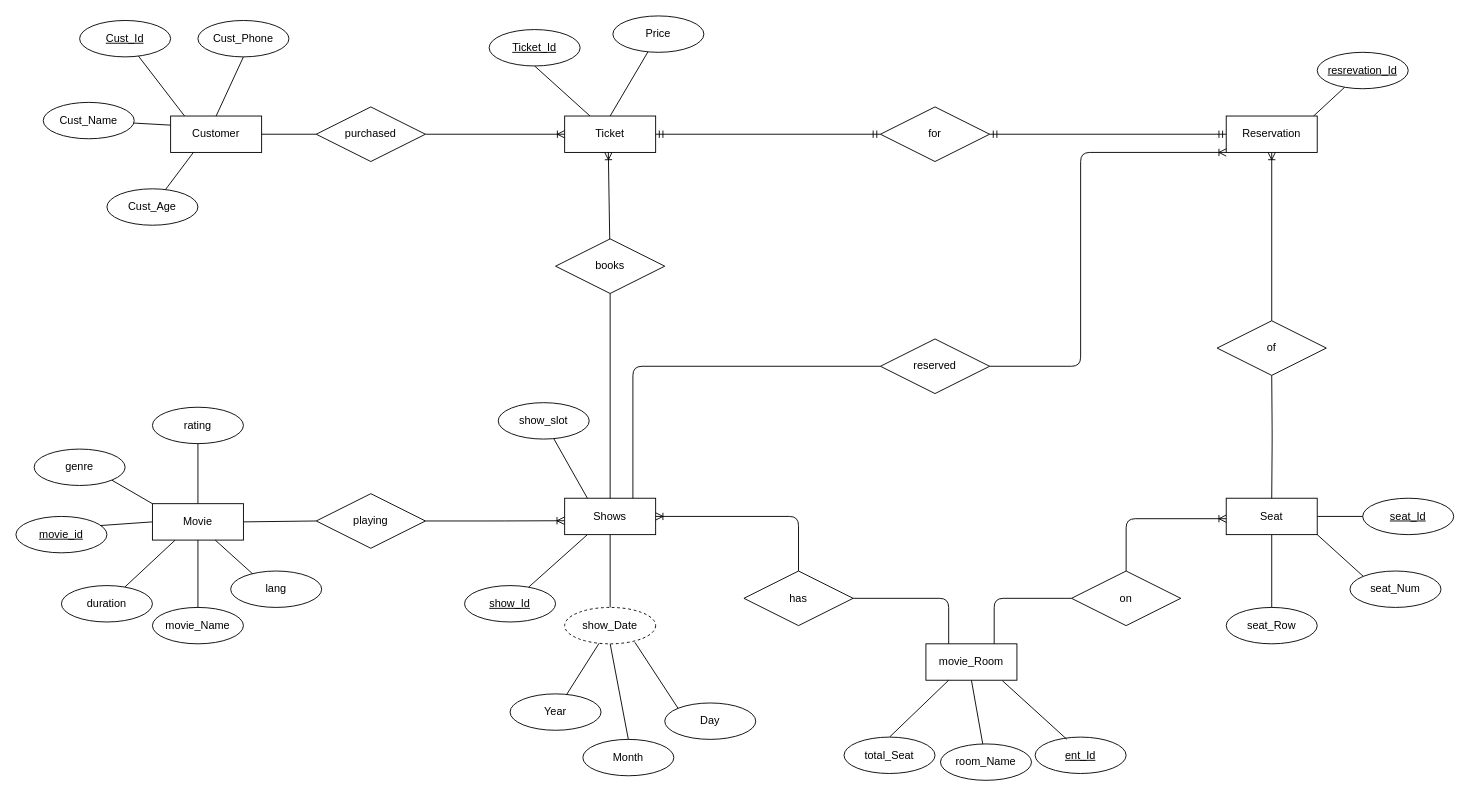
Earlier version of the draw.io diagram er-diagram/DBMS minor project New.drawio (varunKT001/movie-booking-system). Source tidied: cells renumbered, new cells numbered last; positions are measured from the earlier drawing's top-left corner, leaving out a move shared by most shapes. Both pictures are drawn from the tidied source at 91%, with x=0, y=0 at pixel (15, 15).
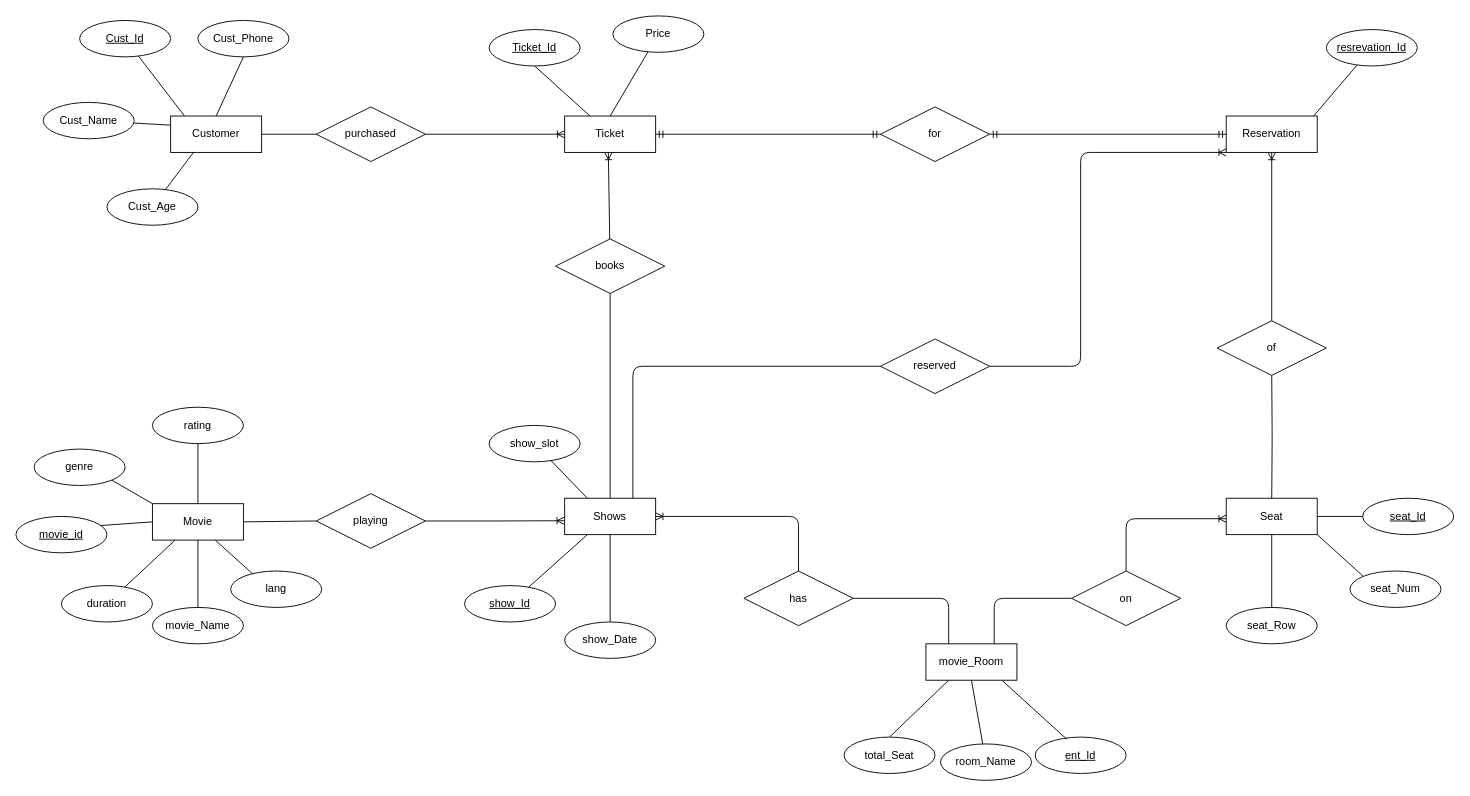
After the change.

Diff of the diagram source:
```diff
@@
-    <mxCell id="12" value="show_Date" style="ellipse;whiteSpace=wrap;html=1;align=center;dashed=1;" parent="1" vertex="1">
-      <mxGeometry x="603" y="650" width="100" height="40" as="geometry" />
-    </mxCell>
@@
-    <mxCell id="41" value="Day" style="ellipse;whiteSpace=wrap;html=1;align=center;" parent="1" vertex="1">
-      <mxGeometry x="713" y="755" width="100" height="40" as="geometry" />
-    </mxCell>
-    <mxCell id="42" value="Month" style="ellipse;whiteSpace=wrap;html=1;align=center;" parent="1" vertex="1">
-      <mxGeometry x="623" y="795" width="100" height="40" as="geometry" />
-    </mxCell>
-    <mxCell id="43" value="Year" style="ellipse;whiteSpace=wrap;html=1;align=center;" parent="1" vertex="1">
-      <mxGeometry x="543" y="745" width="100" height="40" as="geometry" />
-    </mxCell>
-    <mxCell id="44" style="endArrow=none;html=1;" parent="1" edge="1" source="12" target="43">
-      <mxGeometry relative="1" as="geometry" />
-    </mxCell>
-    <mxCell id="45" style="endArrow=none;html=1;entryX=0.5;entryY=1;entryDx=0;entryDy=0;" parent="1" edge="1" target="12">
-      <mxGeometry relative="1" as="geometry">
-        <mxPoint x="673" y="795" as="sourcePoint" />
-      </mxGeometry>
-    </mxCell>
-    <mxCell id="46" style="endArrow=none;html=1;entryX=0;entryY=0;entryDx=0;entryDy=0;exitX=0.772;exitY=0.959;exitDx=0;exitDy=0;exitPerimeter=0;" parent="1" edge="1" source="12" target="41">
-      <mxGeometry relative="1" as="geometry" />
-    </mxCell>
@@
     <mxCell id="51" value="show_slot" style="ellipse;whiteSpace=wrap;html=1;align=center;" parent="1" vertex="1">
-      <mxGeometry x="530" y="425" width="100" height="40" as="geometry" />
+      <mxGeometry x="520" y="450" width="100" height="40" as="geometry" />
     </mxCell>
@@
     <mxCell id="72" value="resrevation_Id" style="ellipse;whiteSpace=wrap;html=1;align=center;fontStyle=4;" parent="1" vertex="1">
-      <mxGeometry x="1430" y="40" width="100" height="40" as="geometry" />
+      <mxGeometry x="1440" y="15" width="100" height="40" as="geometry" />
     </mxCell>
@@
+    <mxCell id="12" value="show_Date" style="ellipse;whiteSpace=wrap;html=1;align=center;" parent="1" vertex="1">
+      <mxGeometry x="603" y="666" width="100" height="40" as="geometry" />
+    </mxCell>
```
